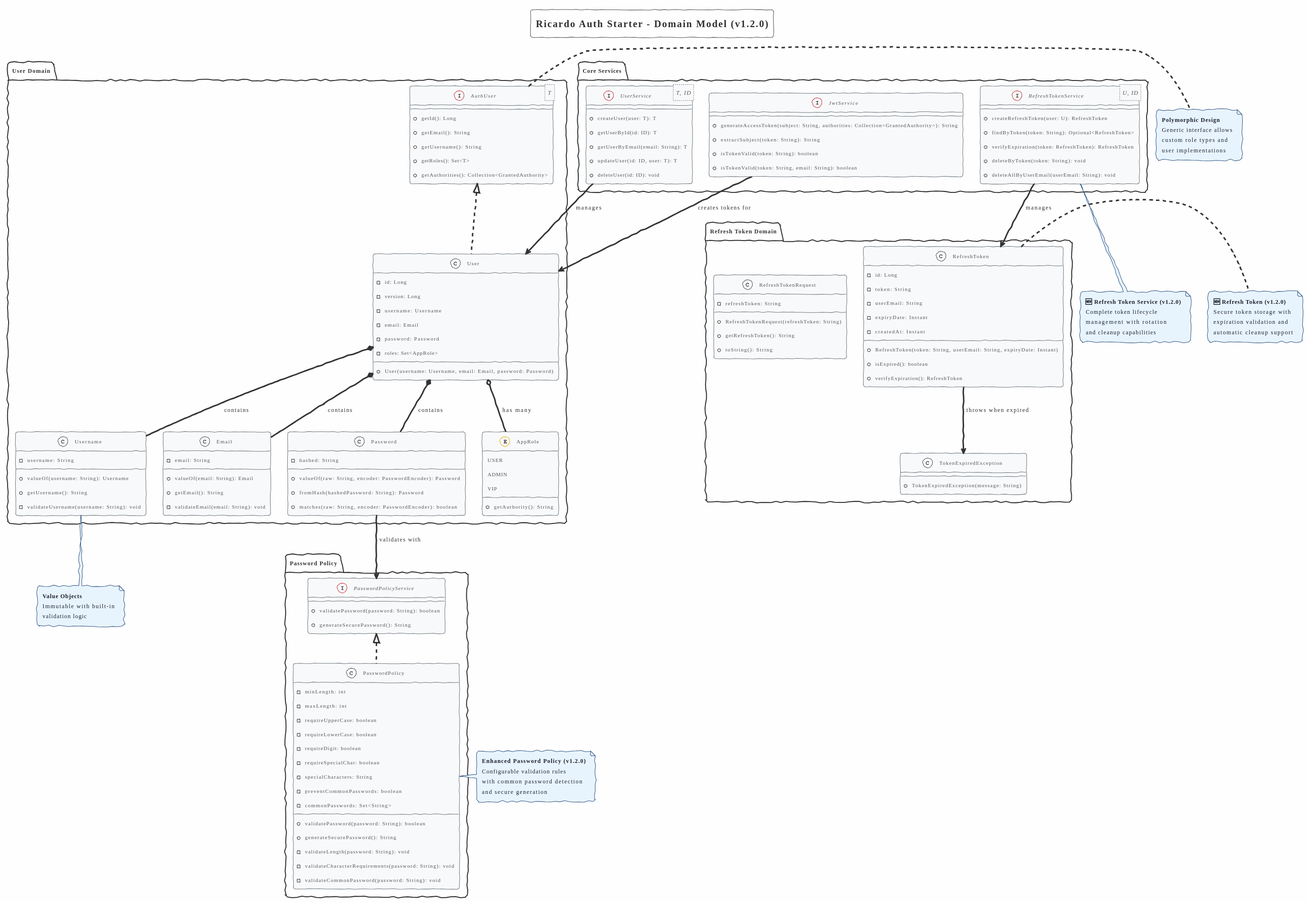
This is docs/class-diagram/partial/core/core.svg from RicardoMorim/Auth-Provider, a PlantUML export, as it was before one commit.
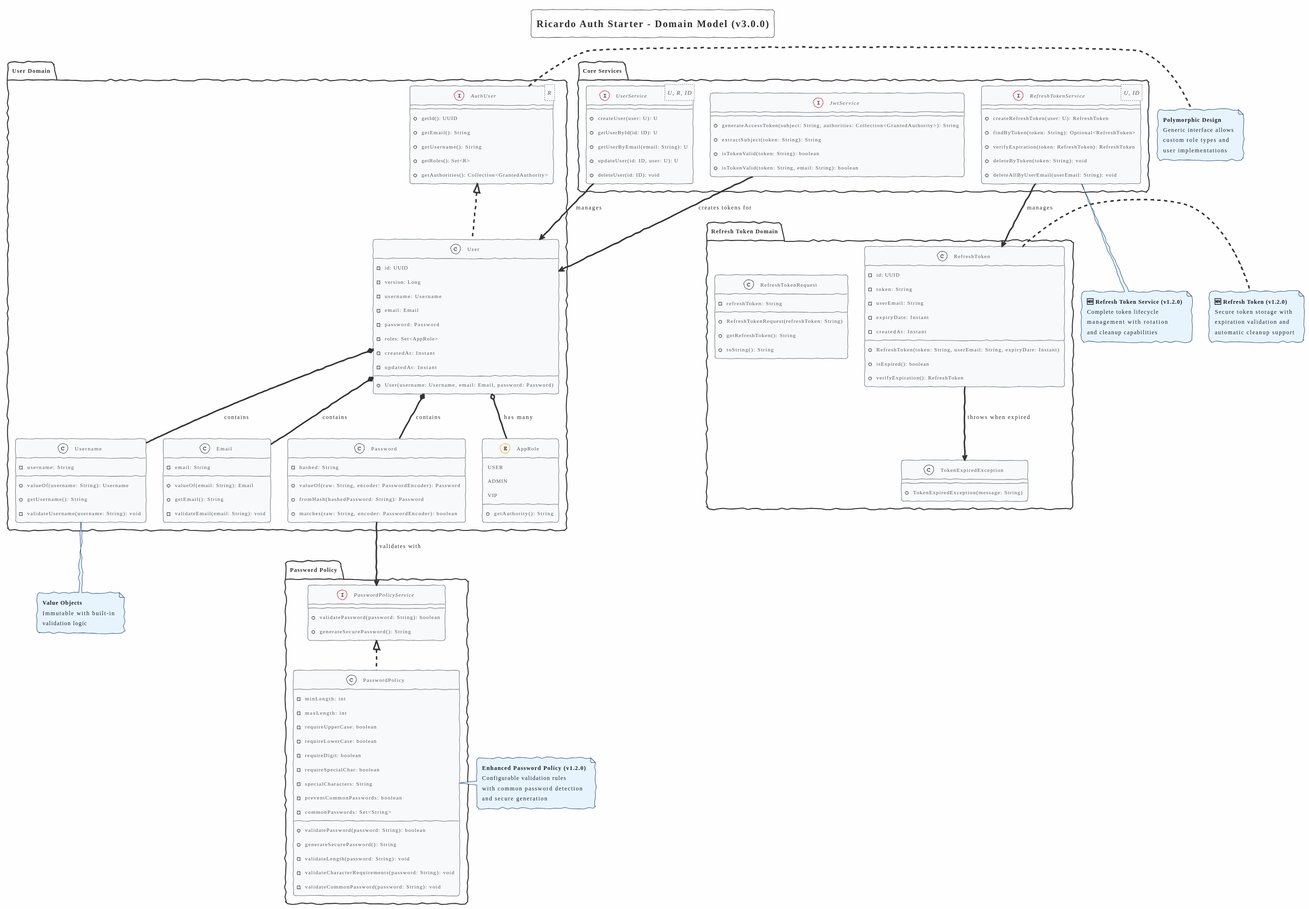
After the commit.

The edit, as a diff of the source:
```diff
@@ -7,24 +7,26 @@
 skinparam noteBorderColor #2C5282
 skinparam noteFontColor #1A202C
 
-title Ricardo Auth Starter - Domain Model (v1.2.0)
+title Ricardo Auth Starter - Domain Model (v3.0.0)
 
 package "User Domain" {
-    interface "AuthUser<T>" as AuthUser {
-        +getId(): Long
+    interface "AuthUser<R>" as AuthUser {
+        +getId(): UUID
         +getEmail(): String
         +getUsername(): String
-        +getRoles(): Set<T>
+        +getRoles(): Set<R>
         +getAuthorities(): Collection<GrantedAuthority>
     }
 
     class User {
-        -id: Long
+        -id: UUID
         -version: Long
         -username: Username
         -email: Email
         -password: Password
         -roles: Set<AppRole>
+        -createdAt: Instant
+        -updatedAt: Instant
         +User(username: Username, email: Email, password: Password)
     }
 
@@ -65,7 +67,7 @@
 
 package "Refresh Token Domain" {
     class RefreshToken {
-        -id: Long
+        -id: UUID
         -token: String
         -userEmail: String
         -expiryDate: Instant
@@ -117,11 +119,11 @@
 }
 
 package "Core Services" {
-    interface "UserService<T, ID>" as UserService {
-        +createUser(user: T): T
-        +getUserById(id: ID): T
-        +getUserByEmail(email: String): T
-        +updateUser(id: ID, user: T): T
+    interface "UserService<U, R, ID>" as UserService {
+        +createUser(user: U): U
+        +getUserById(id: ID): U
+        +getUserByEmail(email: String): U
+        +updateUser(id: ID, user: U): U
         +deleteUser(id: ID): void
     }
 
```
